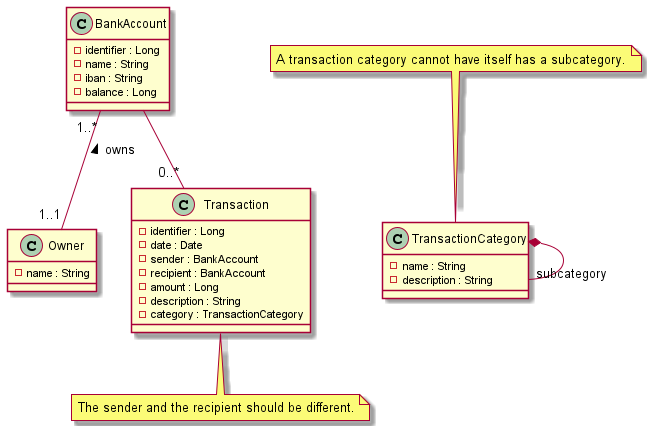
The PlantUML diagram service/docs/model/diagrams/class-diagram.png in lfarci/personal-finance, before a commit.
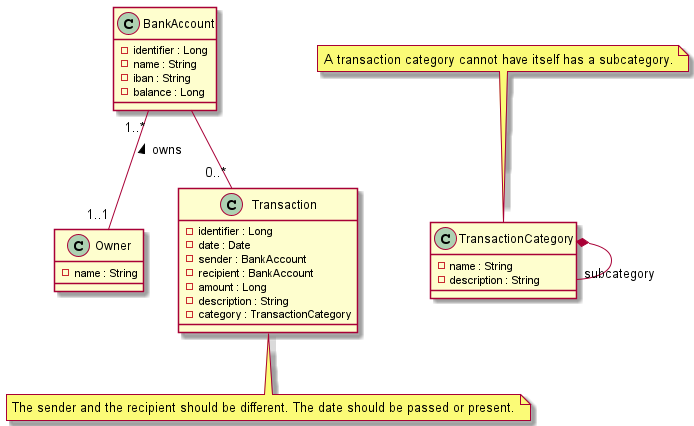
The same diagram one commit later.

Commit message:
Issue #5: the transaction is created without its sender and recipient

Change to the diagram source:
```diff
@@ -19,7 +19,7 @@
     - description : String
     - category : TransactionCategory
 }
-note bottom: The sender and the recipient should be different.
+note bottom: The sender and the recipient should be different. The date should be passed or present.
 
 class TransactionCategory {
     - name : String
```
